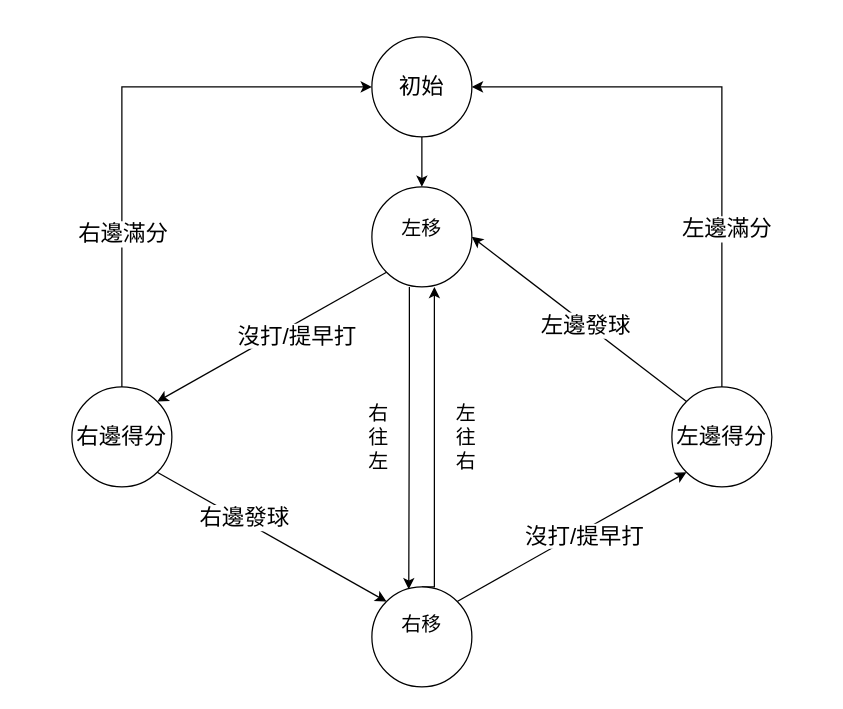
wsy0331/SOC-Lab keeps this draw.io diagram as page "FSM" (5 of 5) of 乒乓球遊戲.drawio. Above is the earlier version. Source tidied: cells renumbered, new cells numbered last; positions are measured from the earlier drawing's top-left corner, leaving out a move shared by most shapes. Both pictures are drawn from the tidied source at 125%, with x=0, y=0 at pixel (71, 36).
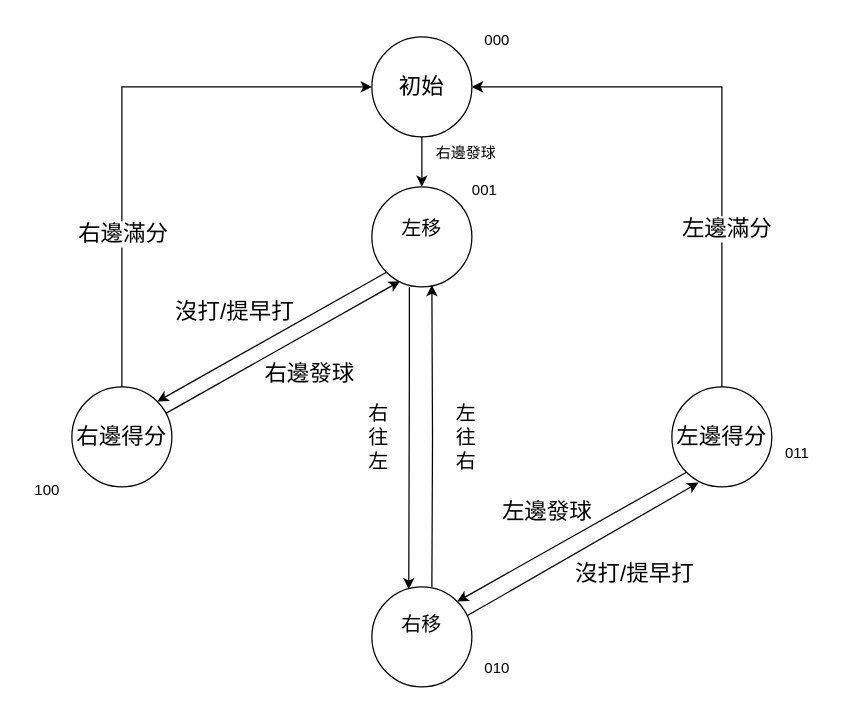
The same diagram, later.

The change refers to these unchanged cells:
```xml
<mxCell id="7" value="&lt;font style=&quot;font-size: 16px;&quot;&gt;左移&lt;/font&gt;&lt;div&gt;&lt;br&gt;&lt;/div&gt;" style="ellipse;whiteSpace=wrap;html=1;" parent="1" vertex="1">
  <mxGeometry x="240" y="120" width="80" height="80" as="geometry" />
</mxCell>
<mxCell id="12" value="&lt;font style=&quot;font-size: 16px;&quot;&gt;右移&lt;/font&gt;&lt;div&gt;&lt;font style=&quot;font-size: 16px;&quot;&gt;&lt;br&gt;&lt;/font&gt;&lt;/div&gt;" style="ellipse;whiteSpace=wrap;html=1;" parent="1" vertex="1">
  <mxGeometry x="240" y="440" width="80" height="80" as="geometry" />
</mxCell>
<mxCell id="14" value="&lt;font style=&quot;font-size: 18px;&quot;&gt;左邊得分&lt;/font&gt;" style="ellipse;whiteSpace=wrap;html=1;" parent="1" vertex="1">
  <mxGeometry x="480" y="280" width="80" height="80" as="geometry" />
</mxCell>
<mxCell id="17" value="&lt;font style=&quot;font-size: 18px;&quot;&gt;右邊得分&lt;/font&gt;" style="ellipse;whiteSpace=wrap;html=1;" parent="1" vertex="1">
  <mxGeometry y="280" width="80" height="80" as="geometry" />
</mxCell>
```

The edit, as a diff of the source:
```diff
@@
-    <mxCell id="6" style="rounded=0;jettySize=auto;html=1;exitX=1;exitY=0.5;exitDx=0;exitDy=0;entryX=0;entryY=0;entryDx=0;entryDy=0;startArrow=classic;startFill=1;endArrow=none;endFill=0;" parent="1" edge="1" source="7" target="14">
-      <mxGeometry relative="1" as="geometry" />
-    </mxCell>
@@
-    <mxCell id="8" style="rounded=0;jettySize=auto;html=1;exitX=1;exitY=0;exitDx=0;exitDy=0;entryX=0;entryY=1;entryDx=0;entryDy=0;" parent="1" edge="1" source="12" target="14">
+    <mxCell id="8" style="rounded=0;jettySize=auto;html=1;exitX=0.956;exitY=0.287;exitDx=0;exitDy=0;entryX=0.267;entryY=0.957;entryDx=0;entryDy=0;exitPerimeter=0;entryPerimeter=0;" parent="1" edge="1" source="12" target="14">
       <mxGeometry relative="1" as="geometry" />
     </mxCell>
-    <mxCell id="9" style="edgeStyle=orthogonalEdgeStyle;rounded=0;jettySize=auto;html=1;exitX=0.5;exitY=0;exitDx=0;exitDy=0;" parent="1" edge="1" source="12">
-      <mxGeometry relative="1" as="geometry">
-        <mxPoint x="290" y="200" as="targetPoint" />
-        <Array as="points">
-          <mxPoint x="290" y="440" />
-          <mxPoint x="290" y="200" />
-        </Array>
-      </mxGeometry>
-    </mxCell>
-    <mxCell id="10" style="rounded=0;jettySize=auto;html=1;exitX=0;exitY=0;exitDx=0;exitDy=0;entryX=1;entryY=1;entryDx=0;entryDy=0;startArrow=classic;startFill=1;endArrow=none;endFill=0;" parent="1" edge="1" source="12" target="17">
-      <mxGeometry relative="1" as="geometry" />
-    </mxCell>
-    <mxCell id="11" value="右邊發球" style="edgeLabel;html=1;align=center;verticalAlign=middle;fontSize=18;" parent="10" vertex="1">
-      <mxGeometry x="0.26" y="-3" relative="1" as="geometry">
-        <mxPoint y="1" as="offset" />
-      </mxGeometry>
-    </mxCell>
@@
+    <mxCell id="24" style="rounded=0;jettySize=auto;html=1;exitX=0;exitY=1;exitDx=0;exitDy=0;entryX=1;entryY=0;entryDx=0;entryDy=0;" parent="1" edge="1" source="14" target="12">
+      <mxGeometry relative="1" as="geometry" />
+    </mxCell>
@@
     <mxCell id="18" value="&lt;span style=&quot;font-size: 18px; background-color: rgb(255, 255, 255);&quot;&gt;沒打/提早打&lt;/span&gt;" style="text;html=1;align=center;verticalAlign=middle;strokeColor=none;fillColor=none;" parent="1" vertex="1">
-      <mxGeometry x="120" y="220" width="120" height="40" as="geometry" />
+      <mxGeometry x="70" y="200" width="120" height="40" as="geometry" />
     </mxCell>
     <mxCell id="19" value="&lt;span style=&quot;font-size: 18px; background-color: rgb(255, 255, 255);&quot;&gt;沒打/提早打&lt;/span&gt;" style="text;html=1;align=center;verticalAlign=middle;strokeColor=none;fillColor=none;" parent="1" vertex="1">
-      <mxGeometry x="350" y="380" width="120" height="40" as="geometry" />
+      <mxGeometry x="390" y="410" width="120" height="40" as="geometry" />
     </mxCell>
@@
+    <mxCell id="23" value="左邊滿分" style="edgeLabel;html=1;align=center;verticalAlign=middle;fontSize=18;" parent="1" vertex="1">
+      <mxGeometry x="70" y="160" as="geometry">
+        <mxPoint x="453" y="-7" as="offset" />
+      </mxGeometry>
+    </mxCell>
+    <mxCell id="25" value="000" style="text;html=1;align=center;verticalAlign=middle;strokeColor=none;fillColor=none;" parent="1" vertex="1">
+      <mxGeometry x="320" y="-12" width="40" height="30" as="geometry" />
+    </mxCell>
+    <mxCell id="26" value="001" style="text;html=1;align=center;verticalAlign=middle;strokeColor=none;fillColor=none;" parent="1" vertex="1">
+      <mxGeometry x="310" y="108" width="40" height="30" as="geometry" />
+    </mxCell>
+    <mxCell id="27" value="010" style="text;html=1;align=center;verticalAlign=middle;strokeColor=none;fillColor=none;" parent="1" vertex="1">
+      <mxGeometry x="320" y="490" width="40" height="30" as="geometry" />
+    </mxCell>
+    <mxCell id="28" value="011" style="text;html=1;align=center;verticalAlign=middle;strokeColor=none;fillColor=none;" parent="1" vertex="1">
+      <mxGeometry x="560" y="318" width="40" height="30" as="geometry" />
+    </mxCell>
+    <mxCell id="29" value="100" style="text;html=1;align=center;verticalAlign=middle;strokeColor=none;fillColor=none;" parent="1" vertex="1">
+      <mxGeometry x="-40" y="348" width="40" height="30" as="geometry" />
+    </mxCell>
+    <mxCell id="30" value="右邊發球" style="text;html=1;align=center;verticalAlign=middle;strokeColor=none;fillColor=none;" parent="1" vertex="1">
+      <mxGeometry x="280" y="78" width="70" height="30" as="geometry" />
+    </mxCell>
+    <mxCell id="31" style="rounded=0;jettySize=auto;html=1;exitX=0.94;exitY=0.265;exitDx=0;exitDy=0;entryX=0.281;entryY=0.943;entryDx=0;entryDy=0;entryPerimeter=0;exitPerimeter=0;" parent="1" edge="1" source="17" target="7">
+      <mxGeometry relative="1" as="geometry" />
+    </mxCell>
+    <mxCell id="32" value="&lt;span style=&quot;font-size: 18px; background-color: rgb(255, 255, 255);&quot;&gt;右邊發球&lt;/span&gt;" style="text;html=1;align=center;verticalAlign=middle;strokeColor=none;fillColor=none;" parent="1" vertex="1">
+      <mxGeometry x="140" y="250" width="100" height="40" as="geometry" />
+    </mxCell>
-    <mxCell id="22" value="左邊發球" style="edgeLabel;html=1;align=center;verticalAlign=middle;fontSize=18;" parent="1" vertex="1">
-      <mxGeometry x="410" y="230" as="geometry" />
+    <mxCell id="22" value="&lt;span style=&quot;font-size: 18px; background-color: rgb(255, 255, 255);&quot;&gt;左邊發球&lt;/span&gt;" style="text;html=1;align=center;verticalAlign=middle;strokeColor=none;fillColor=none;" parent="1" vertex="1">
+      <mxGeometry x="330" y="360" width="100" height="40" as="geometry" />
     </mxCell>
-    <mxCell id="23" value="左邊滿分" style="edgeLabel;html=1;align=center;verticalAlign=middle;fontSize=18;" parent="1" vertex="1">
-      <mxGeometry x="70" y="160" as="geometry">
-        <mxPoint x="453" y="-7" as="offset" />
-      </mxGeometry>
-    </mxCell>
+    <mxCell id="33" style="edgeStyle=orthogonalEdgeStyle;rounded=0;jettySize=auto;html=1;entryX=0.6;entryY=0.98;entryDx=0;entryDy=0;entryPerimeter=0;" parent="1" edge="1" target="7">
+      <mxGeometry relative="1" as="geometry">
+        <mxPoint x="288" y="440" as="sourcePoint" />
+      </mxGeometry>
+    </mxCell>
```
